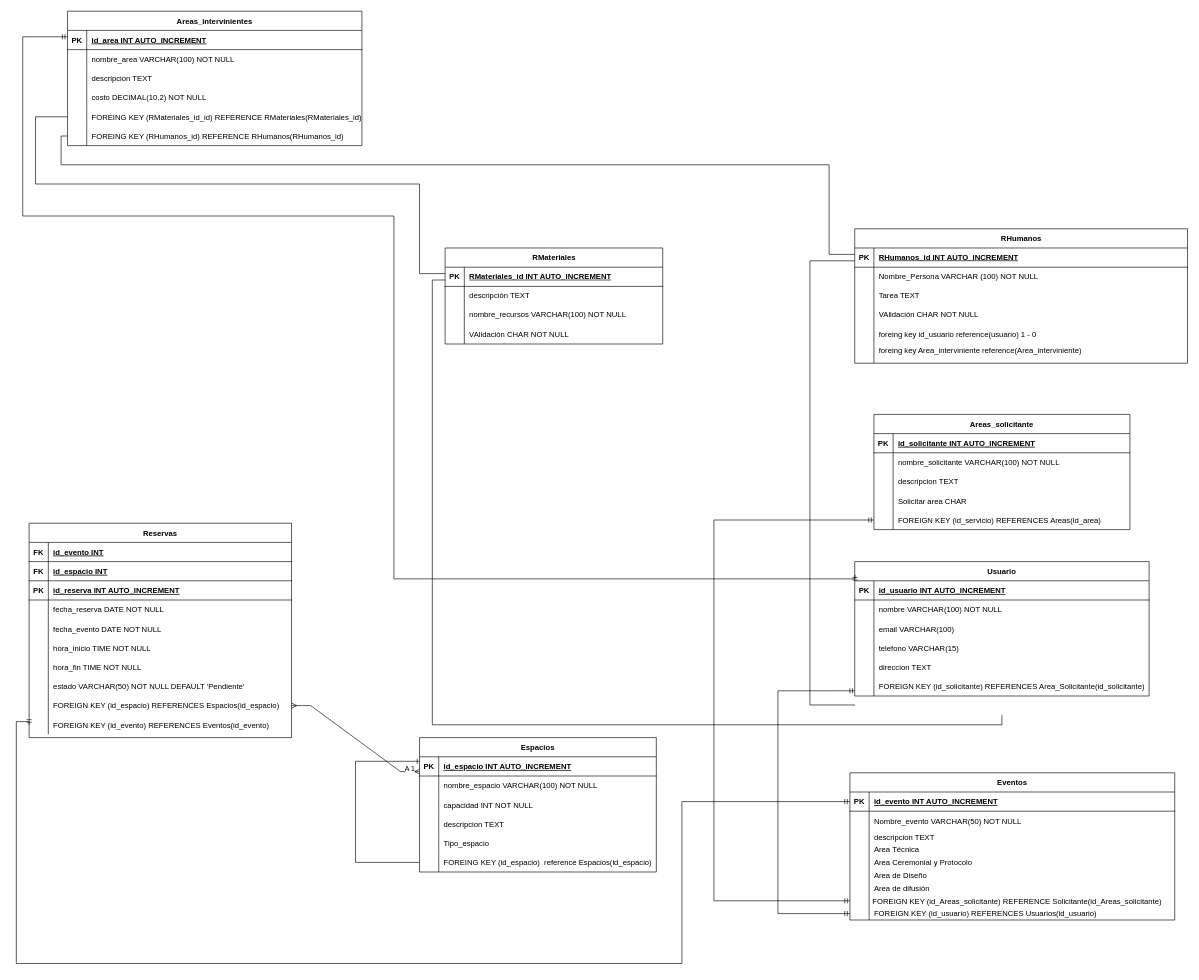
Above: Diagrama sin título.drawio in JonathanUrquiza/DER (draw.io), before the change. Source tidied: cells renumbered, new cells numbered last; positions are measured from the earlier drawing's top-left corner, leaving out a move shared by most shapes. Both pictures are drawn from the tidied source at 64%, with x=0, y=0 at pixel (16, 11).
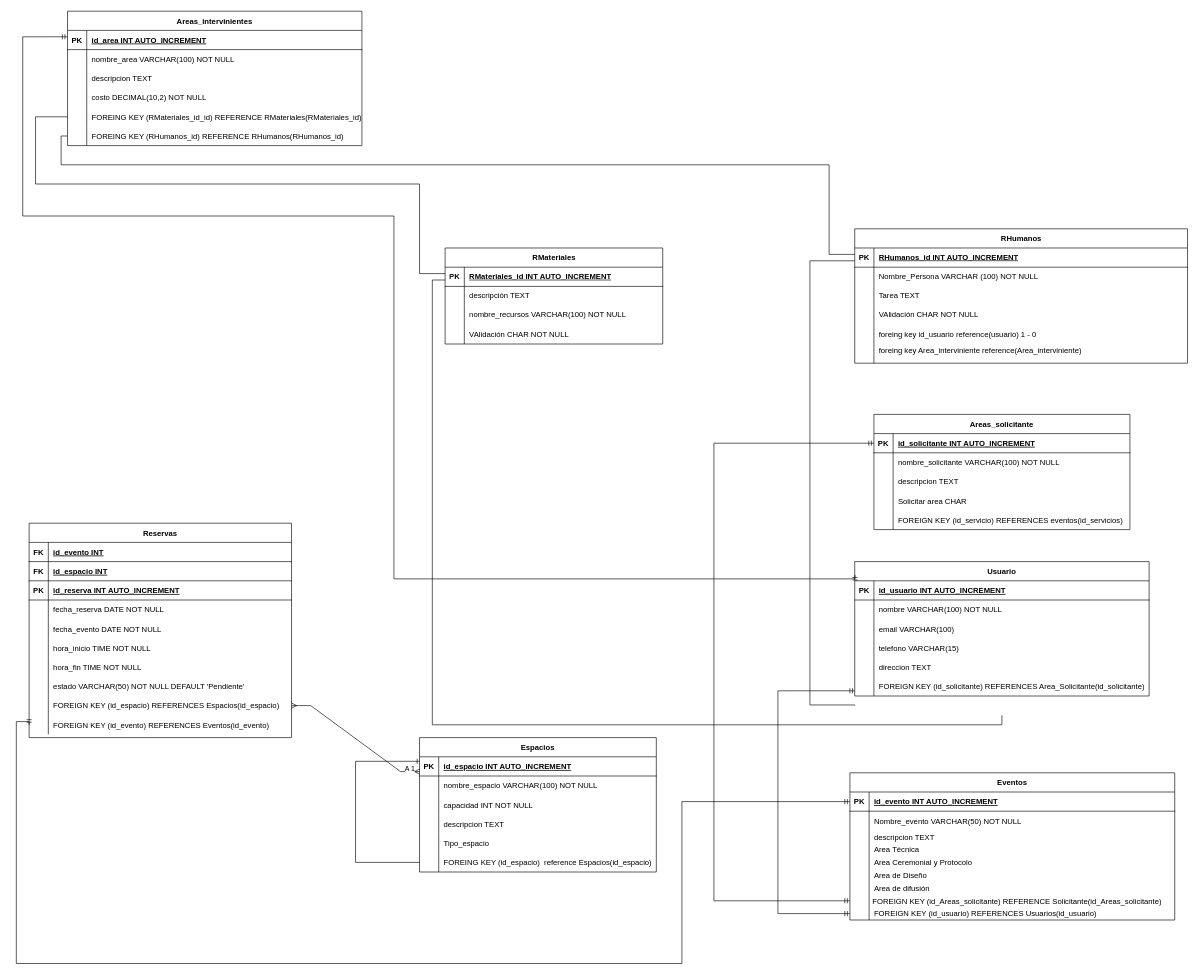
After the change.

Unchanged cells that the change refers to:
```xml
<mxCell id="63" style="shape=tableRow;horizontal=0;startSize=0;swimlaneHead=0;swimlaneBody=0;fillColor=none;points=[[0,0.5],[1,0.5]];portConstraint=eastwest;strokeColor=inherit;top=0;left=0;right=0;bottom=0;" parent="41" vertex="1">
  <mxGeometry y="190" width="507.5" height="20" as="geometry" />
</mxCell>
<mxCell id="123" style="shape=tableRow;horizontal=0;startSize=0;swimlaneHead=0;swimlaneBody=0;fillColor=none;points=[[0,0.5],[1,0.5]];portConstraint=eastwest;strokeColor=inherit;top=0;left=0;right=0;bottom=1;" parent="122" vertex="1">
  <mxGeometry y="30" width="400" height="30" as="geometry" />
</mxCell>
<mxCell id="135" style="shape=tableRow;horizontal=0;startSize=0;swimlaneHead=0;swimlaneBody=0;fillColor=none;points=[[0,0.5],[1,0.5]];portConstraint=eastwest;strokeColor=inherit;top=0;left=0;right=0;bottom=0;" parent="122" vertex="1">
  <mxGeometry y="150" width="400" height="30" as="geometry" />
</mxCell>
```

What changed in the source:
```diff
@@
-    <mxCell id="137" value="FOREIGN KEY (id_servicio) REFERENCES Areas(id_area)" style="shape=partialRectangle;overflow=hidden;fillColor=none;align=left;strokeColor=inherit;top=0;left=0;bottom=0;right=0;spacingLeft=6;" parent="135" vertex="1">
+    <mxCell id="137" value="FOREIGN KEY (id_servicio) REFERENCES eventos(id_servicios)" style="shape=partialRectangle;overflow=hidden;fillColor=none;align=left;strokeColor=inherit;top=0;left=0;bottom=0;right=0;spacingLeft=6;" parent="135" vertex="1">
       <mxGeometry x="30" width="370" height="30" as="geometry" />
     </mxCell>
-    <mxCell id="138" style="edgeStyle=orthogonalEdgeStyle;fontSize=12;html=1;endArrow=ERmandOne;startArrow=ERmandOne;rounded=0;strokeWidth=1;exitX=0;exitY=0.5;exitDx=0;exitDy=0;entryX=0;entryY=0.5;entryDx=0;entryDy=0;" parent="1" edge="1" source="63" target="135">
+    <mxCell id="138" style="edgeStyle=orthogonalEdgeStyle;fontSize=12;html=1;endArrow=ERmandOne;startArrow=ERmandOne;rounded=0;strokeWidth=1;exitX=0;exitY=0.5;exitDx=0;exitDy=0;entryX=0;entryY=0.5;entryDx=0;entryDy=0;" parent="1" edge="1" source="63" target="123">
       <mxGeometry relative="1" as="geometry">
         <Array as="points">
           <mxPoint x="1090" y="1390" />
-          <mxPoint x="1090" y="795" />
+          <mxPoint x="1090" y="675" />
         </Array>
       </mxGeometry>
     </mxCell>
```
